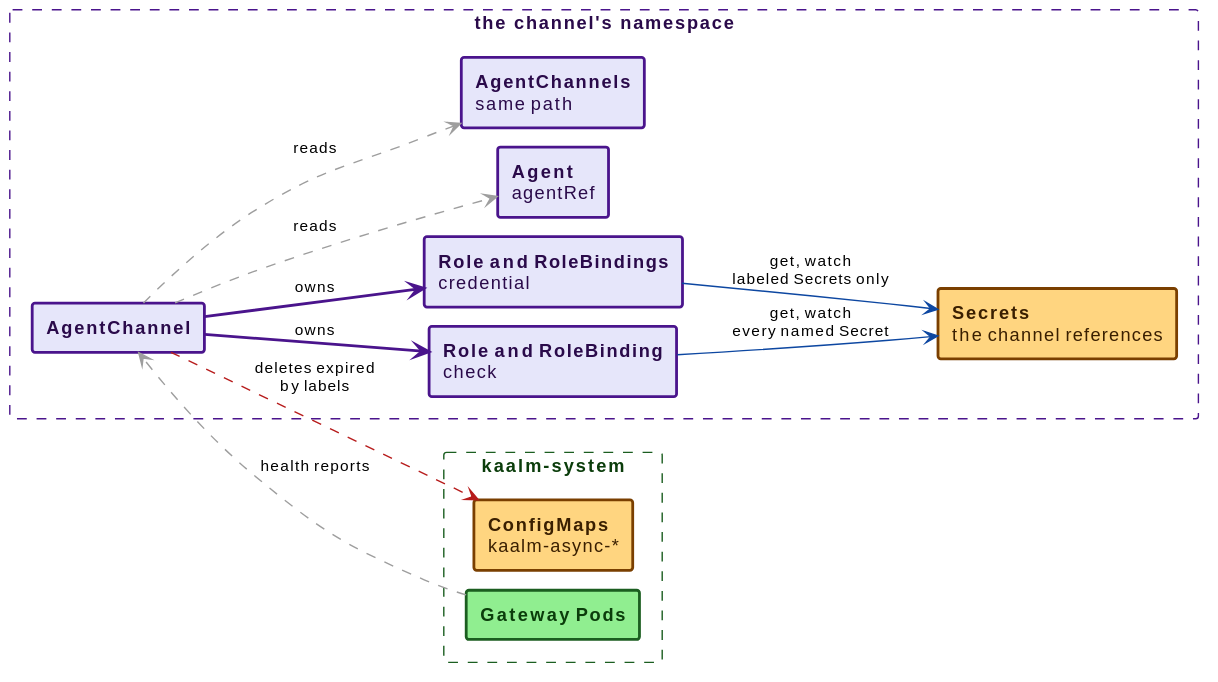
The PlantUML diagram docs/src/diagrams/agentchannel-objects.svg in win07xp/kaalm, before a commit.
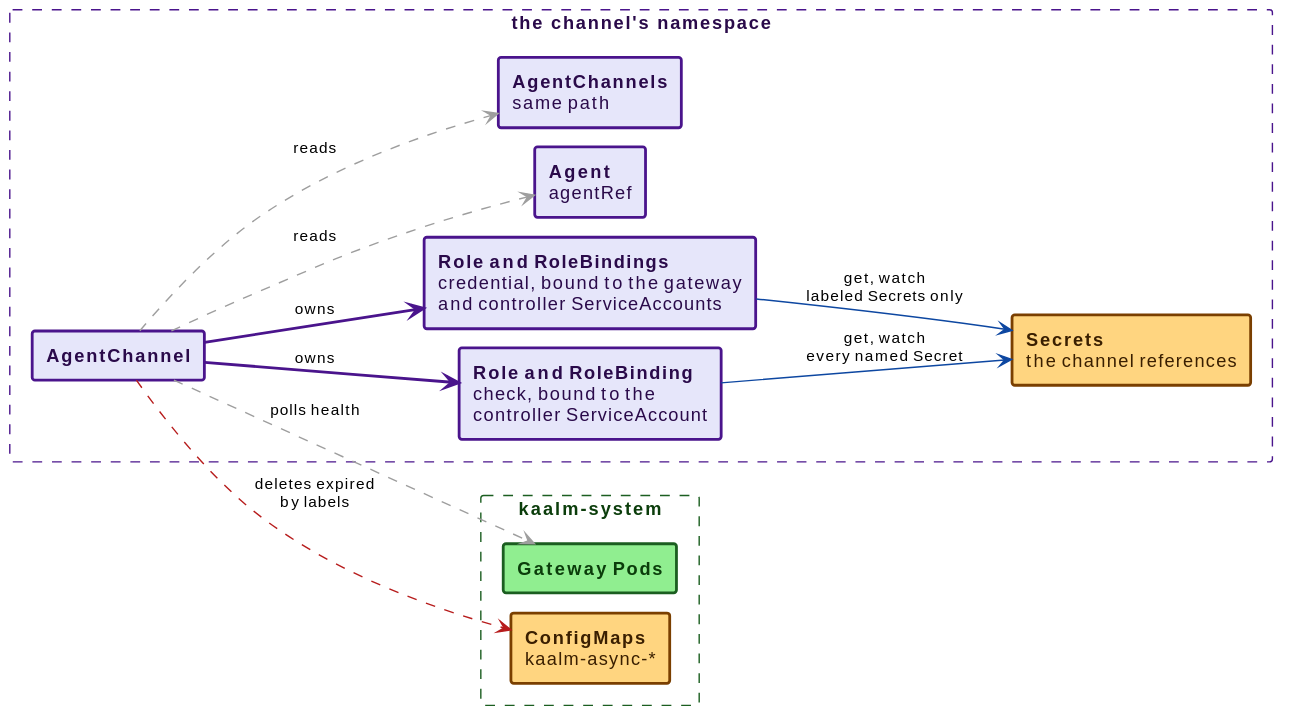
The same diagram one commit later.

Commit message:
docs: correct the AgentChannel page's timing, figure, and lost details

Diff of the diagram source:
```diff
@@ -10,8 +10,8 @@
 
 rectangle "the channel's namespace" as ns #line:4A148C;line.dashed;text:2a0a4a {
   rectangle "**AgentChannel**" as chan #back:E6E6FA;line:4A148C;line.bold;text:2a0a4a
-  rectangle "**Role and RoleBinding**\ncheck" as check #back:E6E6FA;line:4A148C;line.bold;text:2a0a4a
-  rectangle "**Role and RoleBindings**\ncredential" as creds #back:E6E6FA;line:4A148C;line.bold;text:2a0a4a
+  rectangle "**Role and RoleBinding**\ncheck, bound to the\ncontroller ServiceAccount" as check #back:E6E6FA;line:4A148C;line.bold;text:2a0a4a
+  rectangle "**Role and RoleBindings**\ncredential, bound to the gateway\nand controller ServiceAccounts" as creds #back:E6E6FA;line:4A148C;line.bold;text:2a0a4a
   rectangle "**Secrets**\nthe channel references" as sec #back:FFD580;line:7a3f00;line.bold;text:3a1f00
   rectangle "**Agent**\nagentRef" as agent #back:E6E6FA;line:4A148C;line.bold;text:2a0a4a
   rectangle "**AgentChannels**\nsame path" as sib #back:E6E6FA;line:4A148C;line.bold;text:2a0a4a
@@ -28,6 +28,6 @@
 creds -[#0D47A1]-> sec : get, watch\nlabeled Secrets only
 chan -[#9E9E9E,dashed]-> agent : reads
 chan -[#9E9E9E,dashed]-> sib : reads
-gw -[#9E9E9E,dashed]-> chan : health reports
+chan -[#9E9E9E,dashed]-> gw : polls health
 chan -[#B71C1C,dashed]-> cm : deletes expired\nby labels
 @enduml
```
